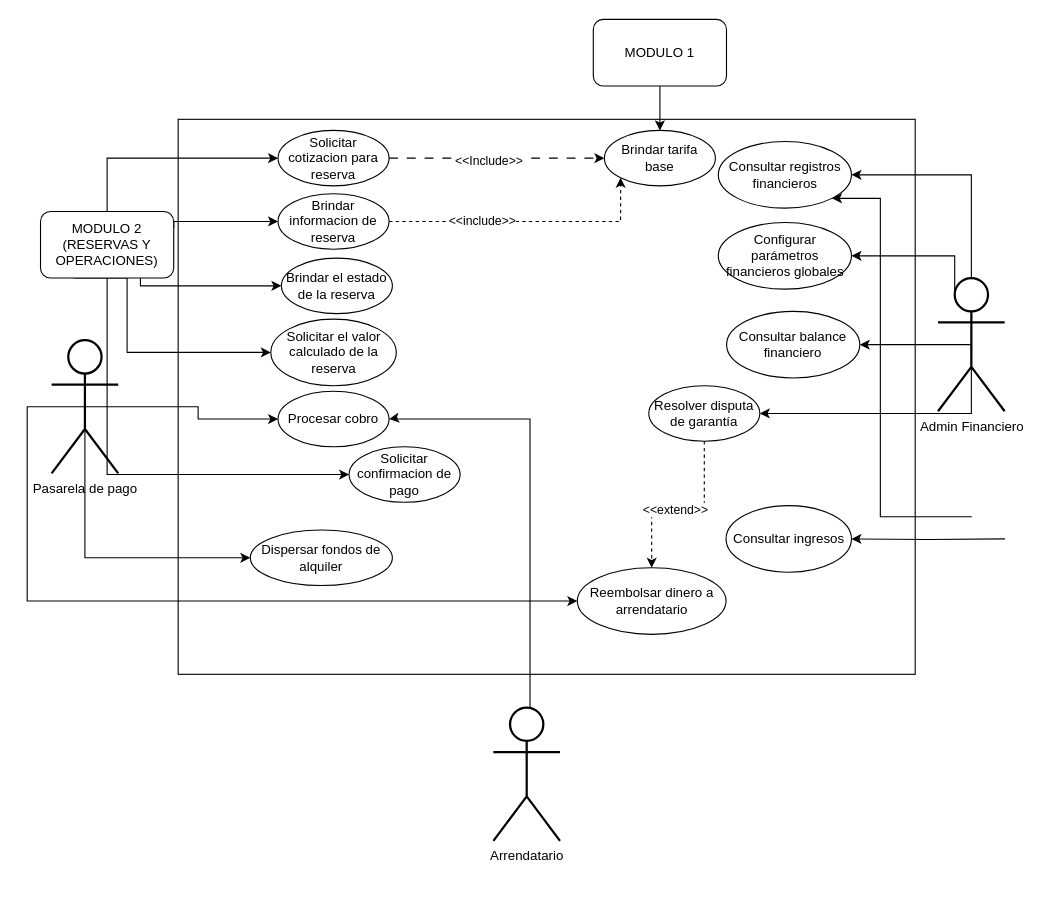
The draw.io diagram docs/diagrams/diagrama_modulo3.drawio.xml in SebasTK2008/SeaShare_Modulo_3, before the edit. Source tidied: cells renumbered, new cells numbered last; positions are measured from the earlier drawing's top-left corner, leaving out a move shared by most shapes. Both pictures are drawn from the tidied source at 111%, with x=0, y=0 at pixel (27, 19).
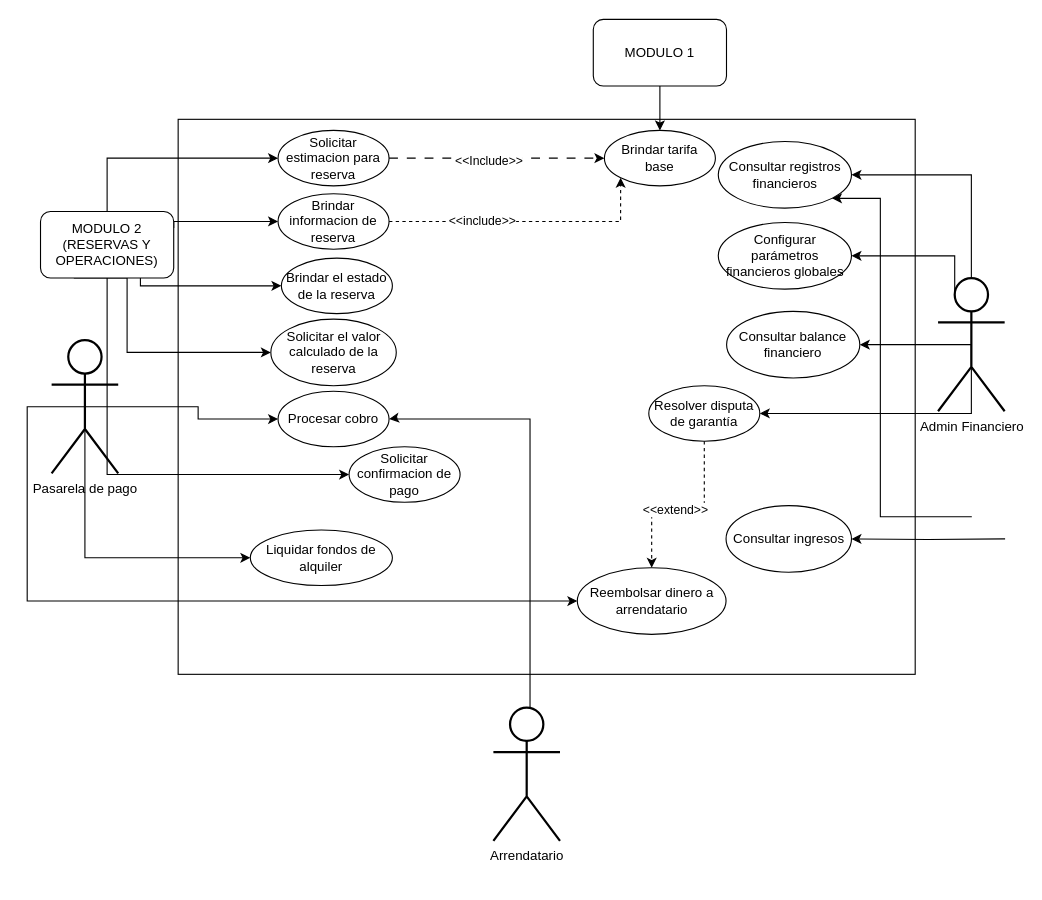
Above is the later version.

Diff of the diagram source:
```diff
@@
-    <mxCell id="16" value="Solicitar cotizacion para reserva" style="ellipse;whiteSpace=wrap;html=1;" parent="1" vertex="1">
+    <mxCell id="16" value="Solicitar estimacion para reserva" style="ellipse;whiteSpace=wrap;html=1;" parent="1" vertex="1">
       <mxGeometry x="226" y="100" width="100" height="50" as="geometry" />
     </mxCell>
@@
-    <mxCell id="20" value="Dispersar fondos de alquiler" style="ellipse;whiteSpace=wrap;html=1;" parent="1" vertex="1">
+    <mxCell id="20" value="Liquidar fondos de alquiler" style="ellipse;whiteSpace=wrap;html=1;" parent="1" vertex="1">
       <mxGeometry x="201" y="460" width="128" height="50" as="geometry" />
     </mxCell>
```
